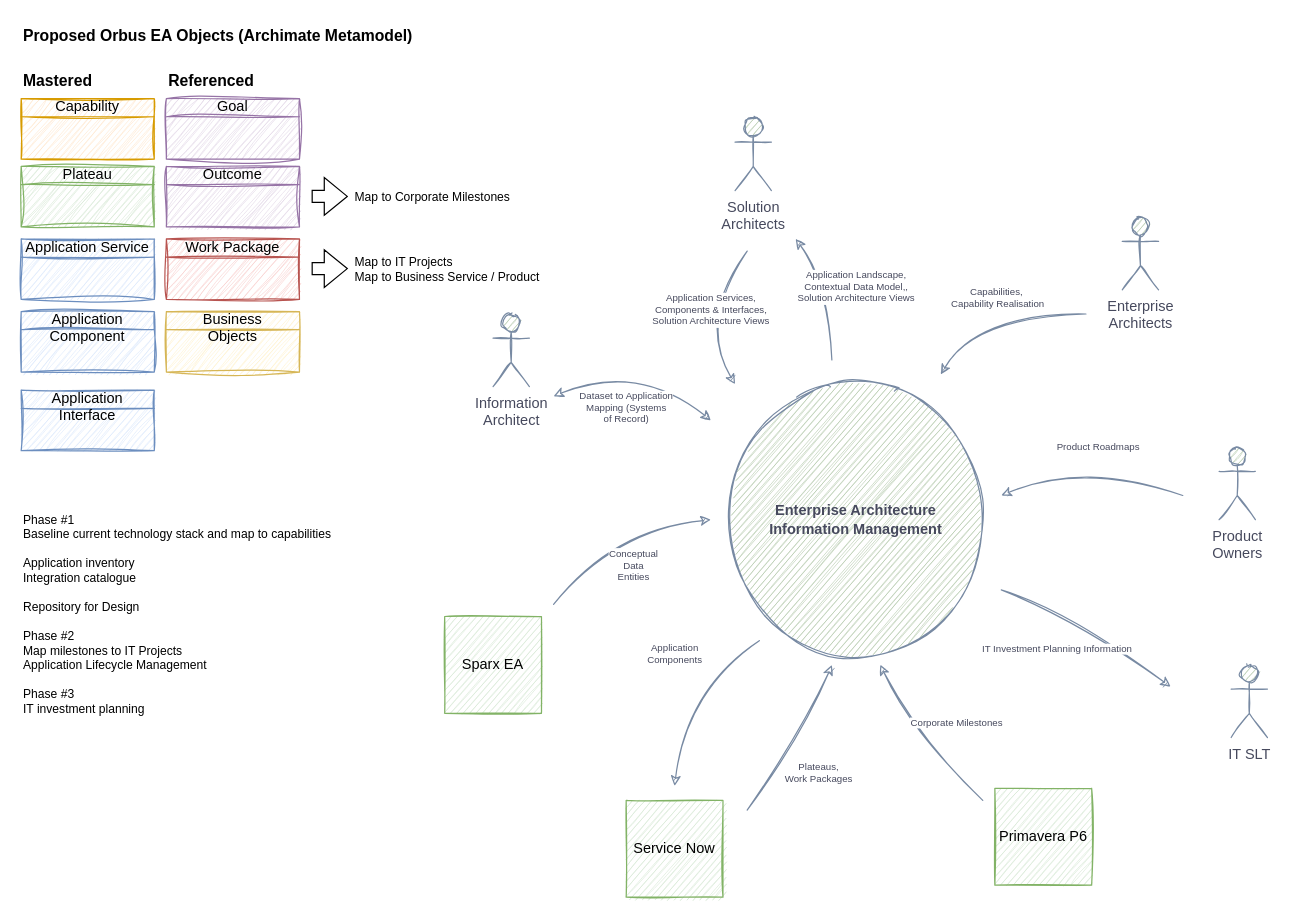
This is page "IT Orbus Context" (2 of 3) of TOM Management.drawio from martinlt/reference, a draw.io file, before an edit. Source tidied: cells renumbered, new cells numbered last; positions are measured from the earlier drawing's top-left corner, leaving out a move shared by most shapes. Both pictures are drawn from the tidied source at 121%, with x=0, y=0 at pixel (21, 21).
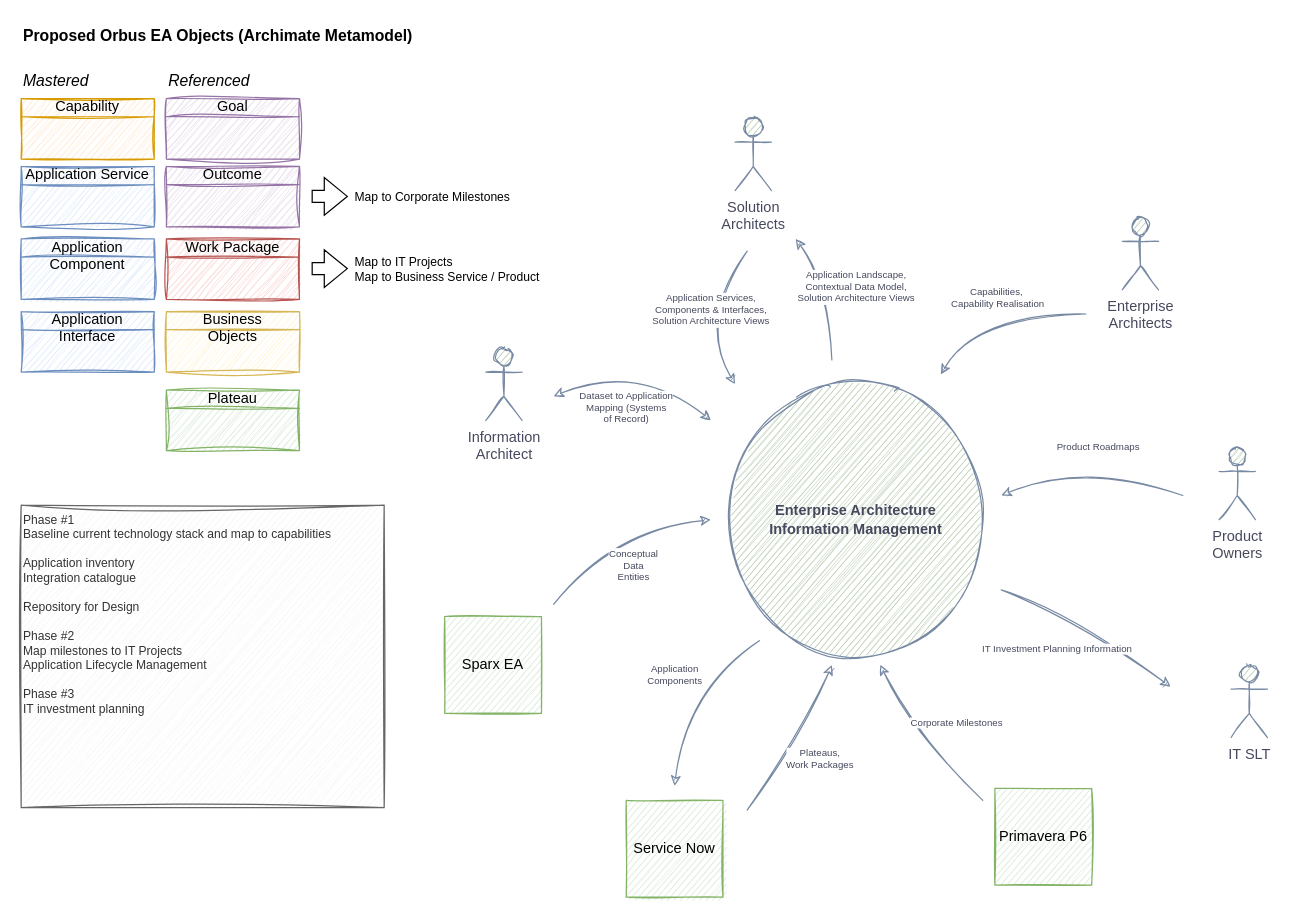
Above is the later version.

The edit, as a diff of the source:
```diff
@@
     <mxCell id="12" value="Application Service" style="html=1;whiteSpace=wrap;fillColor=#dae8fc;shape=mxgraph.archimate3.businessObject;overflow=fill;sketch=1;curveFitting=1;jiggle=2;strokeColor=#6c8ebf;" parent="1" vertex="1">
-      <mxGeometry y="180" width="110" height="50" as="geometry" />
+      <mxGeometry y="120" width="110" height="50" as="geometry" />
     </mxCell>
     <mxCell id="13" value="Plateau" style="html=1;whiteSpace=wrap;fillColor=#d5e8d4;shape=mxgraph.archimate3.businessObject;overflow=fill;sketch=1;curveFitting=1;jiggle=2;strokeColor=#82b366;" parent="1" vertex="1">
-      <mxGeometry y="120" width="110" height="50" as="geometry" />
+      <mxGeometry x="120" y="305" width="110" height="50" as="geometry" />
     </mxCell>
     <mxCell id="14" value="Application Component" style="html=1;whiteSpace=wrap;fillColor=#dae8fc;shape=mxgraph.archimate3.businessObject;overflow=fill;sketch=1;curveFitting=1;jiggle=2;strokeColor=#6c8ebf;" parent="1" vertex="1">
-      <mxGeometry y="240" width="110" height="50" as="geometry" />
+      <mxGeometry y="180" width="110" height="50" as="geometry" />
     </mxCell>
@@
     <mxCell id="21" value="Application&lt;br&gt;Components" style="curved=1;endArrow=classic;html=1;rounded=0;startArrow=none;startFill=0;endFill=1;sketch=1;strokeColor=#788AA3;fontColor=#46495D;fontSize=8;" parent="1" edge="1">
-      <mxGeometry x="-0.16" y="-30" relative="1" as="geometry">
+      <mxGeometry x="-0.06" y="-16" relative="1" as="geometry">
         <mxPoint x="610" y="512" as="sourcePoint" />
         <mxPoint x="540" y="632" as="targetPoint" />
         <Array as="points">
           <mxPoint x="550" y="552" />
         </Array>
+        <mxPoint x="6" y="-10" as="offset" />
       </mxGeometry>
     </mxCell>
     <mxCell id="22" value="Plateaus,&lt;br&gt;Work Packages" style="curved=1;endArrow=classic;html=1;rounded=0;startArrow=none;startFill=0;endFill=1;sketch=1;strokeColor=#788AA3;fontColor=#46495D;fontSize=8;" parent="1" edge="1">
-      <mxGeometry x="-0.16" y="-30" relative="1" as="geometry">
+      <mxGeometry x="-0.01" y="-24" relative="1" as="geometry">
         <mxPoint x="600" y="652" as="sourcePoint" />
         <mxPoint x="670" y="532" as="targetPoint" />
         <Array as="points">
           <mxPoint x="650" y="582" />
         </Array>
       </mxGeometry>
     </mxCell>
@@
     <mxCell id="25" value="Application&lt;br&gt;Interface" style="html=1;whiteSpace=wrap;fillColor=#dae8fc;shape=mxgraph.archimate3.businessObject;overflow=fill;sketch=1;curveFitting=1;jiggle=2;strokeColor=#6c8ebf;" parent="1" vertex="1">
-      <mxGeometry y="305" width="110" height="50" as="geometry" />
+      <mxGeometry y="240" width="110" height="50" as="geometry" />
     </mxCell>
@@
-    <mxCell id="30" value="Application Landscape,&lt;br&gt;Contextual Data Model,,&lt;br&gt;Solution Architecture Views" style="curved=1;endArrow=classic;html=1;rounded=0;startArrow=none;startFill=0;endFill=1;sketch=1;strokeColor=#788AA3;fontColor=#46495D;fontSize=8;" parent="1" edge="1">
+    <mxCell id="30" value="Application Landscape,&lt;br&gt;Contextual Data Model,&lt;br&gt;Solution Architecture Views" style="curved=1;endArrow=classic;html=1;rounded=0;startArrow=none;startFill=0;endFill=1;sketch=1;strokeColor=#788AA3;fontColor=#46495D;fontSize=8;" parent="1" edge="1">
       <mxGeometry x="0.09" y="-20" relative="1" as="geometry">
         <mxPoint x="670" y="280" as="sourcePoint" />
         <mxPoint x="640" y="180" as="targetPoint" />
         <Array as="points">
           <mxPoint x="670" y="220" />
         </Array>
         <mxPoint x="4" y="12" as="offset" />
       </mxGeometry>
     </mxCell>
-    <mxCell id="31" value="Phase #1&lt;br&gt;Baseline current technology stack and map to capabilities&lt;br&gt;&lt;br&gt;Application inventory&lt;br&gt;Integration catalogue&lt;br&gt;&lt;br&gt;Repository for Design&lt;br&gt;&lt;br&gt;Phase #2&lt;br&gt;Map milestones to IT Projects&lt;br&gt;Application Lifecycle Management&lt;br&gt;&lt;br&gt;Phase #3&lt;br&gt;IT investment planning" style="text;html=1;strokeColor=none;fillColor=none;align=left;verticalAlign=top;whiteSpace=wrap;rounded=0;fontSize=10;" parent="1" vertex="1">
+    <mxCell id="31" value="Phase #1&lt;br&gt;Baseline current technology stack and map to capabilities&lt;br&gt;&lt;br&gt;Application inventory&lt;br&gt;Integration catalogue&lt;br&gt;&lt;br&gt;Repository for Design&lt;br&gt;&lt;br&gt;Phase #2&lt;br&gt;Map milestones to IT Projects&lt;br&gt;Application Lifecycle Management&lt;br&gt;&lt;br&gt;Phase #3&lt;br&gt;IT investment planning" style="text;html=1;strokeColor=#666666;fillColor=#f5f5f5;align=left;verticalAlign=top;whiteSpace=wrap;rounded=0;fontSize=10;fontColor=#333333;sketch=1;curveFitting=1;jiggle=2;" parent="1" vertex="1">
       <mxGeometry y="400" width="300" height="250" as="geometry" />
     </mxCell>
@@
     <mxCell id="33" value="Information&lt;br&gt;Architect" style="shape=umlActor;verticalLabelPosition=bottom;verticalAlign=top;html=1;rounded=0;sketch=1;fillColor=#B2C9AB;strokeColor=#788AA3;fontColor=#46495D;" parent="1" vertex="1">
-      <mxGeometry x="390" y="242" width="30" height="60" as="geometry" />
+      <mxGeometry x="384" y="270" width="30" height="60" as="geometry" />
     </mxCell>
@@
-    <mxCell id="36" value="Mastered" style="text;strokeColor=none;fillColor=none;html=1;fontSize=13;fontStyle=1;verticalAlign=middle;align=left;" parent="1" vertex="1">
+    <mxCell id="36" value="Mastered" style="text;strokeColor=none;fillColor=none;html=1;fontSize=13;fontStyle=2;verticalAlign=middle;align=left;" parent="1" vertex="1">
       <mxGeometry y="34" width="70" height="30" as="geometry" />
     </mxCell>
-    <mxCell id="37" value="Referenced" style="text;strokeColor=none;fillColor=none;html=1;fontSize=13;fontStyle=1;verticalAlign=middle;align=left;" parent="1" vertex="1">
+    <mxCell id="37" value="Referenced" style="text;strokeColor=none;fillColor=none;html=1;fontSize=13;fontStyle=2;verticalAlign=middle;align=left;" parent="1" vertex="1">
       <mxGeometry x="120" y="34" width="70" height="30" as="geometry" />
     </mxCell>
```
